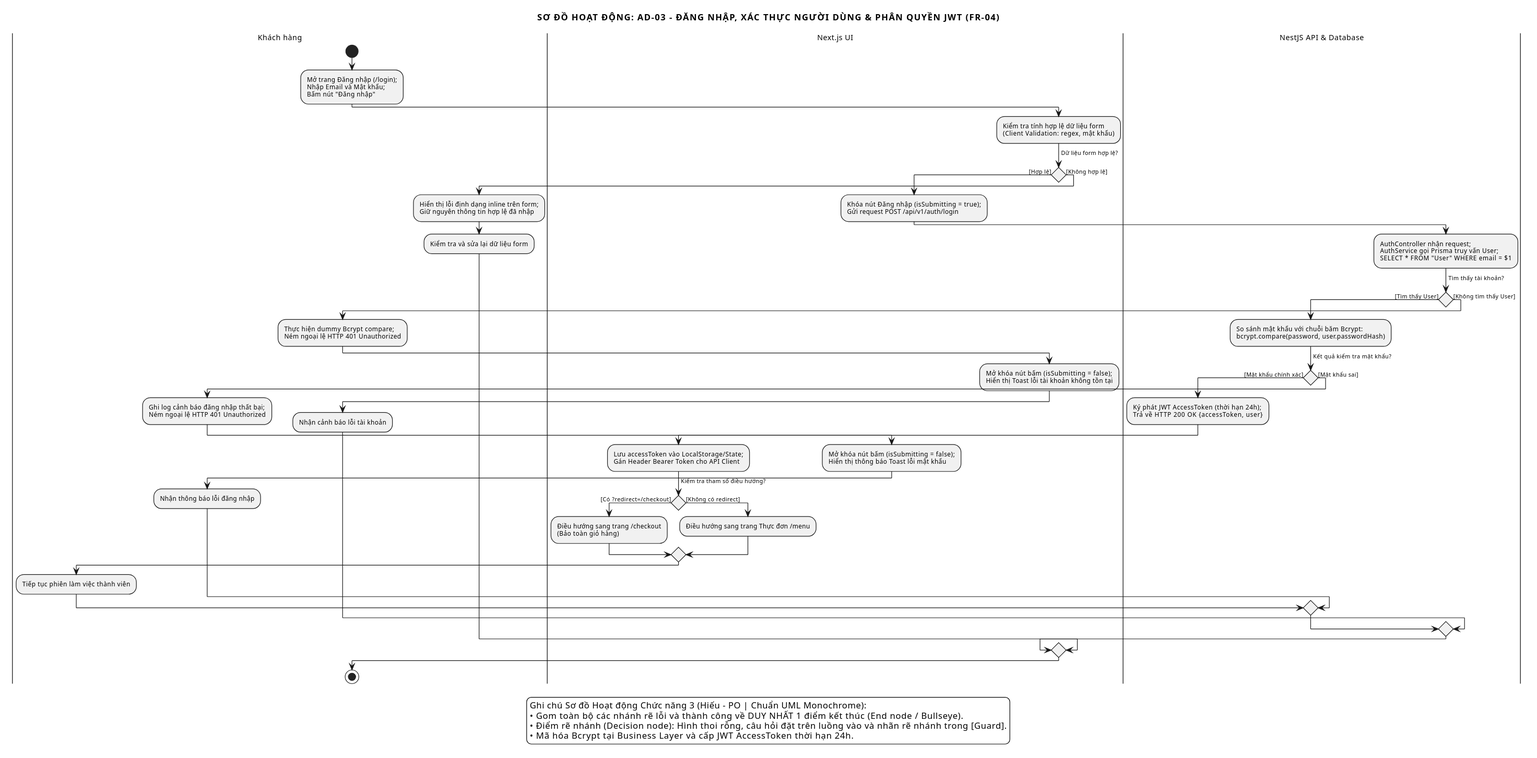
SamuiSang/brewlite2 keeps this PlantUML diagram as docs/diagrams/activity-03-auth.svg. Above is the earlier version.
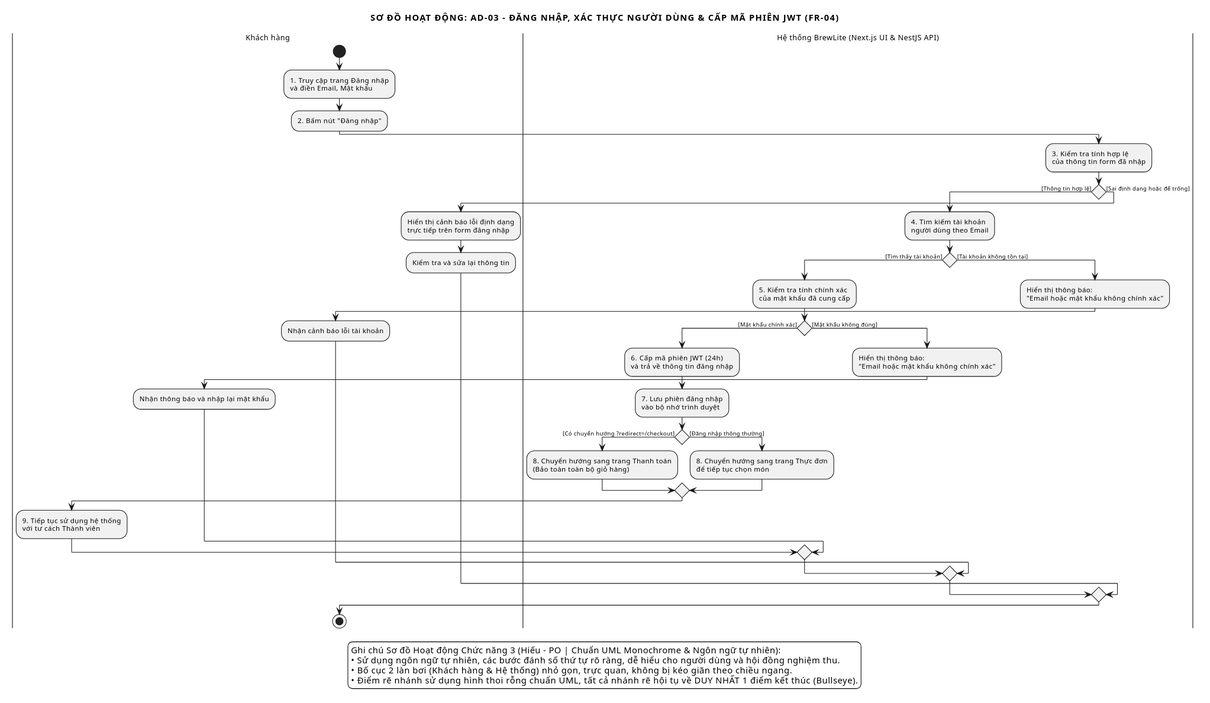
The same file after the commit.

Commit message:
docs(task2.1): refine activity diagram for user authentication with compact layout and natural language

The edit, as a diff of the source:
```diff
@@ -1,6 +1,6 @@
 @startuml
-scale 0.85
 !pragma useVerticalIf on
+scale 0.75
 skinparam monochrome true
 skinparam shadowing false
 skinparam backgroundColor white
@@ -12,81 +12,70 @@
 skinparam SwimlaneBorderThickness 1
 skinparam SwimlaneTitleFontSize 12
 skinparam SwimlaneTitleFontWeight bold
-skinparam ActivityFontSize 10
+skinparam ActivityFontSize 11
 skinparam ActivityDiamondFontSize 10
 skinparam ArrowFontSize 9
-skinparam ActivityMaxWidth 175
+skinparam ActivityMaxWidth 190
 
-title SƠ ĐỒ HOẠT ĐỘNG: AD-03 - ĐĂNG NHẬP, XÁC THỰC NGƯỜI DÙNG & PHÂN QUYỀN JWT (FR-04)
+title SƠ ĐỒ HOẠT ĐỘNG: AD-03 - ĐĂNG NHẬP, XÁC THỰC NGƯỜI DÙNG & CẤP MÃ PHIÊN JWT (FR-04)
 
 |Khách hàng|
-|Next.js UI|
-|NestJS API & Database|
+|Hệ thống BrewLite (Next.js UI & NestJS API)|
 
 |Khách hàng|
 start
-:Mở trang Đăng nhập (/login);\nNhập Email và Mật khẩu;\nBấm nút "Đăng nhập";
+:1. Truy cập trang Đăng nhập\nvà điền Email, Mật khẩu;
+:2. Bấm nút "Đăng nhập";
 
-|Next.js UI|
-:Kiểm tra tính hợp lệ dữ liệu form\n(Client Validation: regex, mật khẩu);
--> Dữ liệu form hợp lệ?;
+|Hệ thống BrewLite (Next.js UI & NestJS API)|
+:3. Kiểm tra tính hợp lệ\ncủa thông tin form đã nhập;
 
-if () then ([Hợp lệ])
-  :Khóa nút Đăng nhập (isSubmitting = true);\nGửi request POST /api/v1/auth/login;
+if () then ([Thông tin hợp lệ])
+  :4. Tìm kiếm tài khoản\nngười dùng theo Email;
 
-  |NestJS API & Database|
-  :AuthController nhận request;\nAuthService gọi Prisma truy vấn User;\nSELECT * FROM "User" WHERE email = $1;
+  if () then ([Tìm thấy tài khoản])
+    :5. Kiểm tra tính chính xác\ncủa mật khẩu đã cung cấp;
 
-  -> Tìm thấy tài khoản?;
-  if () then ([Tìm thấy User])
-    :So sánh mật khẩu với chuỗi băm Bcrypt:\nbcrypt.compare(password, user.passwordHash);
+    if () then ([Mật khẩu chính xác])
+      :6. Cấp mã phiên JWT (24h)\nvà trả về thông tin đăng nhập;
+      :7. Lưu phiên đăng nhập\nvào bộ nhớ trình duyệt;
 
-    -> Kết quả kiểm tra mật khẩu?;
-    if () then ([Mật khẩu chính xác])
-      :Ký phát JWT AccessToken (thời hạn 24h);\nTrả về HTTP 200 OK {accessToken, user};
-
-      |Next.js UI|
-      :Lưu accessToken vào LocalStorage/State;\nGán Header Bearer Token cho API Client;
-
-      -> Kiểm tra tham số điều hướng?;
-      if () then ([Có ?redirect=/checkout])
-        :Điều hướng sang trang /checkout\n(Bảo toàn giỏ hàng);
-      else ([Không có redirect])
-        :Điều hướng sang trang Thực đơn /menu;
+      if () then ([Có chuyển hướng ?redirect=/checkout])
+        :8. Chuyển hướng sang trang Thanh toán\n(Bảo toàn toàn bộ giỏ hàng);
+      else ([Đăng nhập thông thường])
+        :8. Chuyển hướng sang trang Thực đơn\nđể tiếp tục chọn món;
       endif
 
       |Khách hàng|
-      :Tiếp tục phiên làm việc thành viên;
+      :9. Tiếp tục sử dụng hệ thống\nvới tư cách Thành viên;
 
-    else ([Mật khẩu sai])
-      :Ghi log cảnh báo đăng nhập thất bại;\nNém ngoại lệ HTTP 401 Unauthorized;
-      |Next.js UI|
-      :Mở khóa nút bấm (isSubmitting = false);\nHiển thị thông báo Toast lỗi mật khẩu;
+    else ([Mật khẩu không đúng])
+      |Hệ thống BrewLite (Next.js UI & NestJS API)|
+      :Hiển thị thông báo:\n"Email hoặc mật khẩu không chính xác";
       |Khách hàng|
-      :Nhận thông báo lỗi đăng nhập;
+      :Nhận thông báo và nhập lại mật khẩu;
     endif
 
-  else ([Không tìm thấy User])
-    :Thực hiện dummy Bcrypt compare;\nNém ngoại lệ HTTP 401 Unauthorized;
-    |Next.js UI|
-    :Mở khóa nút bấm (isSubmitting = false);\nHiển thị Toast lỗi tài khoản không tồn tại;
+  else ([Tài khoản không tồn tại])
+    |Hệ thống BrewLite (Next.js UI & NestJS API)|
+    :Hiển thị thông báo:\n"Email hoặc mật khẩu không chính xác";
     |Khách hàng|
     :Nhận cảnh báo lỗi tài khoản;
   endif
 
-else ([Không hợp lệ])
-  :Hiển thị lỗi định dạng inline trên form;\nGiữ nguyên thông tin hợp lệ đã nhập;
+else ([Sai định dạng hoặc để trống])
+  :Hiển thị cảnh báo lỗi định dạng\ntrực tiếp trên form đăng nhập;
   |Khách hàng|
-  :Kiểm tra và sửa lại dữ liệu form;
+  :Kiểm tra và sửa lại thông tin;
 endif
 
 |Khách hàng|
 stop
 
 legend bottom
-  Ghi chú Sơ đồ Hoạt động Chức năng 3 (Hiếu - PO | Chuẩn UML Monochrome):
-  • Gom toàn bộ các nhánh rẽ lỗi và thành công về DUY NHẤT 1 điểm kết thúc (End node / Bullseye).
-  • Điểm rẽ nhánh (Decision node): Hình thoi rỗng, câu hỏi đặt trên luồng vào và nhãn rẽ nhánh trong [Guard].
-  • Mã hóa Bcrypt tại Business Layer và cấp JWT AccessToken thời hạn 24h.
+  Ghi chú Sơ đồ Hoạt động Chức năng 3 (Hiếu - PO | Chuẩn UML Monochrome & Ngôn ngữ tự nhiên):
+  • Sử dụng ngôn ngữ tự nhiên, các bước đánh số thứ tự rõ ràng, dễ hiểu cho người dùng và hội đồng nghiệm thu.
+  • Bố cục 2 làn bơi (Khách hàng & Hệ thống) nhỏ gọn, trực quan, không bị kéo giãn theo chiều ngang.
+  • Điểm rẽ nhánh sử dụng hình thoi rỗng chuẩn UML, tất cả nhánh rẽ hội tụ về DUY NHẤT 1 điểm kết thúc (Bullseye).
 endlegend
 @enduml
```
